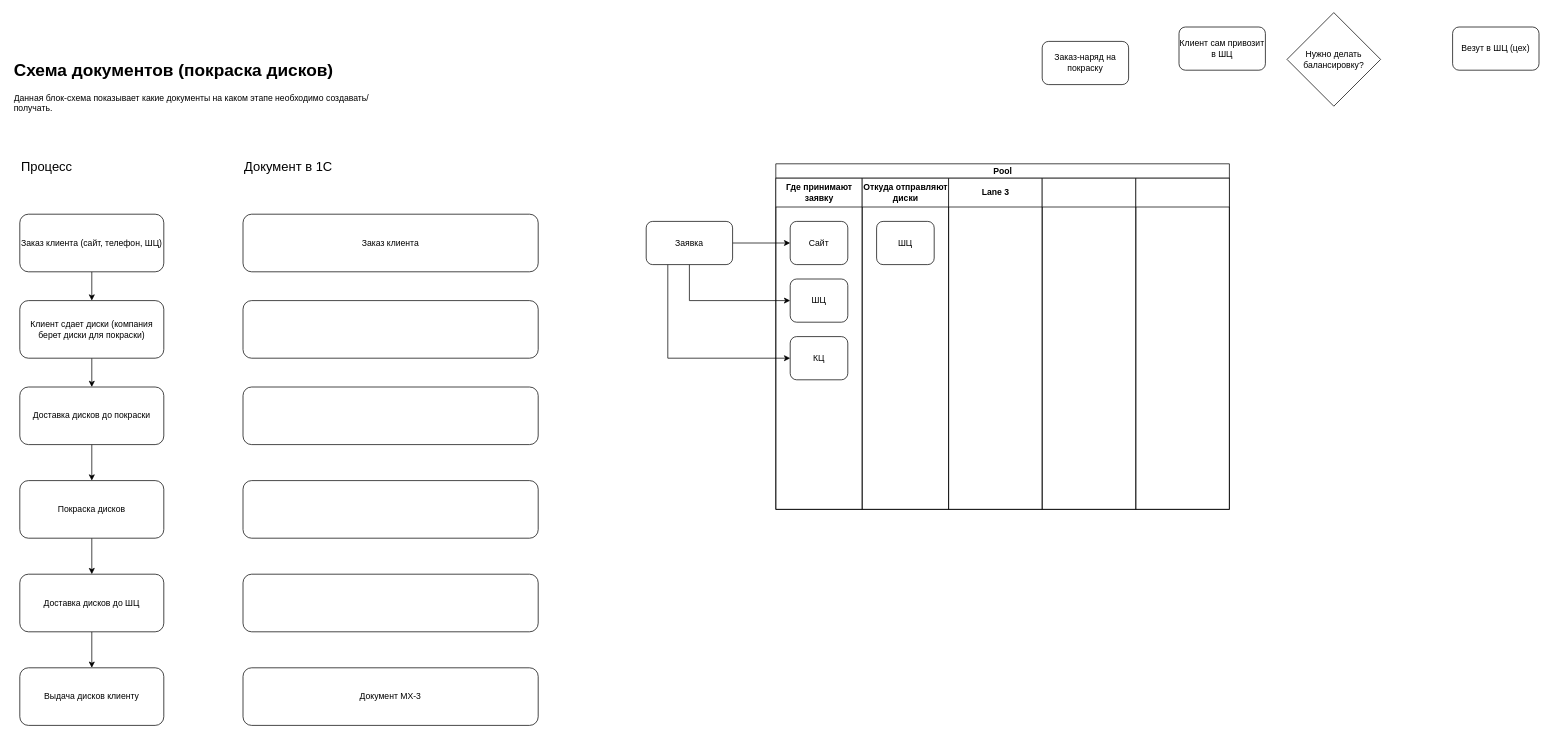
Earlier version of the draw.io diagram Untitled Diagram.drawio (iLimberg/BlackTyres). Source tidied: cells renumbered, new cells numbered last; positions are measured from the earlier drawing's top-left corner, leaving out a move shared by most shapes. Both pictures are drawn from the tidied source at 72%, with x=0, y=0 at pixel (12, 12).
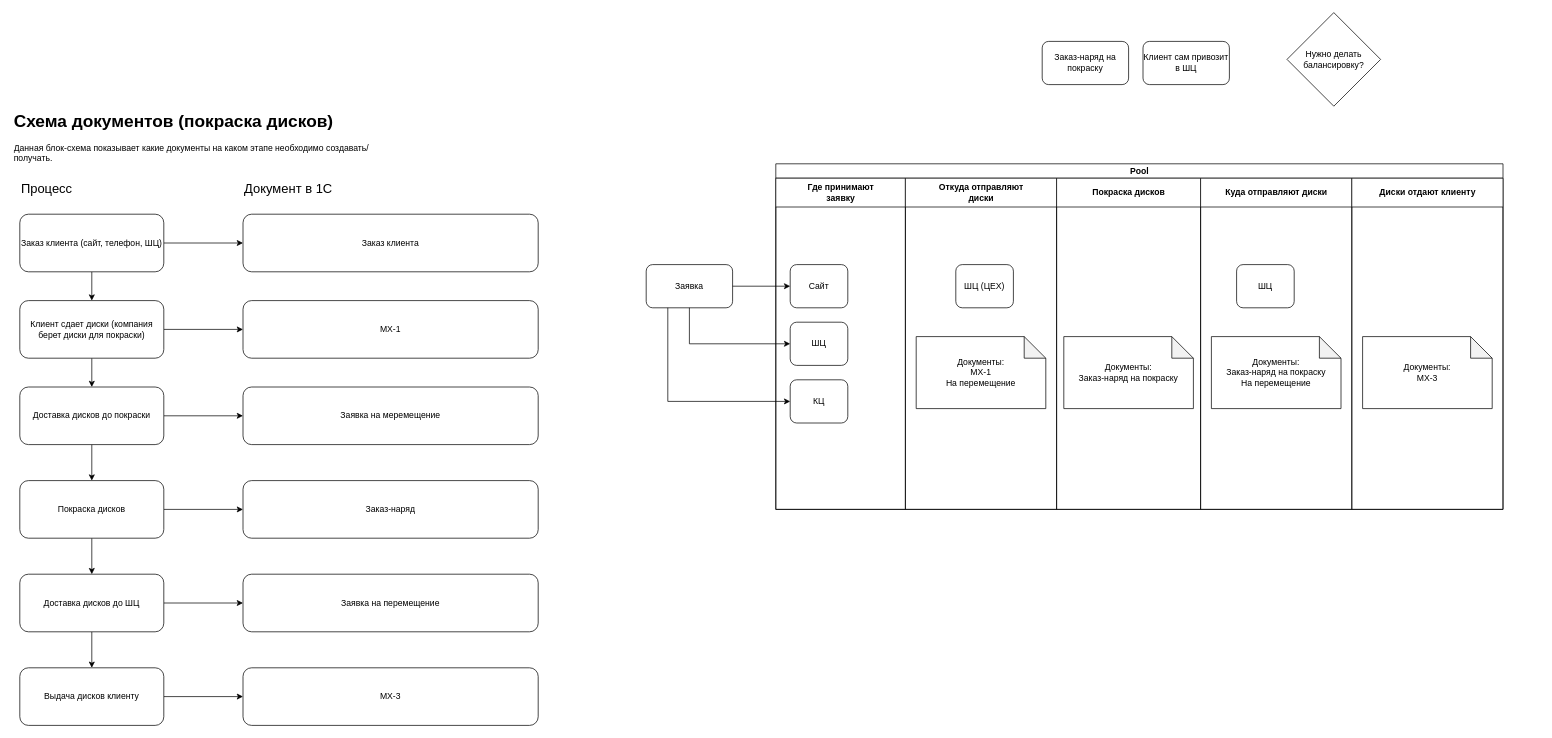
The same page after the edit.

The change refers to these unchanged cells:
```xml
<mxCell id="4" value="Заказ клиента (сайт, телефон, ШЦ)" style="rounded=1;whiteSpace=wrap;html=1;" parent="1" vertex="1">
  <mxGeometry x="10" y="280" width="200" height="80" as="geometry" />
</mxCell>
<mxCell id="6" value="Клиент сдает диски (компания берет диски для покраски)" style="rounded=1;whiteSpace=wrap;html=1;" parent="1" vertex="1">
  <mxGeometry x="10" y="400" width="200" height="80" as="geometry" />
</mxCell>
<mxCell id="8" value="Доставка дисков до покраски" style="rounded=1;whiteSpace=wrap;html=1;" parent="1" vertex="1">
  <mxGeometry x="10" y="520" width="200" height="80" as="geometry" />
</mxCell>
<mxCell id="10" value="Покраска дисков" style="rounded=1;whiteSpace=wrap;html=1;" parent="1" vertex="1">
  <mxGeometry x="10" y="650" width="200" height="80" as="geometry" />
</mxCell>
<mxCell id="12" value="Доставка дисков до ШЦ" style="rounded=1;whiteSpace=wrap;html=1;" parent="1" vertex="1">
  <mxGeometry x="10" y="780" width="200" height="80" as="geometry" />
</mxCell>
<mxCell id="13" value="Выдача дисков клиенту" style="rounded=1;whiteSpace=wrap;html=1;" parent="1" vertex="1">
  <mxGeometry x="10" y="910" width="200" height="80" as="geometry" />
</mxCell>
<mxCell id="14" value="Заказ клиента" style="rounded=1;whiteSpace=wrap;html=1;" parent="1" vertex="1">
  <mxGeometry x="320" y="280" width="410" height="80" as="geometry" />
</mxCell>
```

Diff of the diagram source:
```diff
@@
     <mxCell id="2" value="&lt;h1 style=&quot;margin-top: 0px;&quot;&gt;Схема документов (покраска дисков)&lt;/h1&gt;&lt;p&gt;Данная блок-схема показывает какие документы на каком этапе необходимо создавать/получать.&lt;/p&gt;" style="text;html=1;whiteSpace=wrap;overflow=hidden;rounded=0;" parent="1" vertex="1">
-      <mxGeometry y="60" width="500" height="90" as="geometry" />
+      <mxGeometry y="130" width="500" height="90" as="geometry" />
     </mxCell>
@@
+    <mxCell id="40" style="edgeStyle=orthogonalEdgeStyle;rounded=0;jettySize=auto;html=1;" parent="1" edge="1" source="4" target="14">
+      <mxGeometry relative="1" as="geometry" />
+    </mxCell>
@@
+    <mxCell id="41" style="edgeStyle=orthogonalEdgeStyle;rounded=0;jettySize=auto;html=1;" parent="1" edge="1" source="6" target="15">
+      <mxGeometry relative="1" as="geometry" />
+    </mxCell>
@@
+    <mxCell id="42" style="edgeStyle=orthogonalEdgeStyle;rounded=0;jettySize=auto;html=1;" parent="1" edge="1" source="8" target="16">
+      <mxGeometry relative="1" as="geometry" />
+    </mxCell>
@@
+    <mxCell id="43" style="edgeStyle=orthogonalEdgeStyle;rounded=0;jettySize=auto;html=1;" parent="1" edge="1" source="10" target="17">
+      <mxGeometry relative="1" as="geometry" />
+    </mxCell>
@@
+    <mxCell id="44" style="edgeStyle=orthogonalEdgeStyle;rounded=0;jettySize=auto;html=1;" parent="1" edge="1" source="12" target="18">
+      <mxGeometry relative="1" as="geometry" />
+    </mxCell>
@@
+    <mxCell id="45" style="edgeStyle=orthogonalEdgeStyle;rounded=0;jettySize=auto;html=1;" parent="1" edge="1" source="13" target="19">
+      <mxGeometry relative="1" as="geometry" />
+    </mxCell>
@@
-    <mxCell id="15" style="rounded=1;whiteSpace=wrap;html=1;" parent="1" vertex="1">
+    <mxCell id="15" value="МХ-1" style="rounded=1;whiteSpace=wrap;html=1;" parent="1" vertex="1">
       <mxGeometry x="320" y="400" width="410" height="80" as="geometry" />
     </mxCell>
-    <mxCell id="16" style="rounded=1;whiteSpace=wrap;html=1;" parent="1" vertex="1">
+    <mxCell id="16" value="Заявка на меремещение" style="rounded=1;whiteSpace=wrap;html=1;" parent="1" vertex="1">
       <mxGeometry x="320" y="520" width="410" height="80" as="geometry" />
     </mxCell>
-    <mxCell id="17" style="rounded=1;whiteSpace=wrap;html=1;" parent="1" vertex="1">
+    <mxCell id="17" value="Заказ-наряд" style="rounded=1;whiteSpace=wrap;html=1;" parent="1" vertex="1">
       <mxGeometry x="320" y="650" width="410" height="80" as="geometry" />
     </mxCell>
-    <mxCell id="18" style="rounded=1;whiteSpace=wrap;html=1;" parent="1" vertex="1">
+    <mxCell id="18" value="Заявка на перемещение" style="rounded=1;whiteSpace=wrap;html=1;" parent="1" vertex="1">
       <mxGeometry x="320" y="780" width="410" height="80" as="geometry" />
     </mxCell>
-    <mxCell id="19" value="Документ МХ-3" style="rounded=1;whiteSpace=wrap;html=1;" parent="1" vertex="1">
+    <mxCell id="19" value="МХ-3" style="rounded=1;whiteSpace=wrap;html=1;" parent="1" vertex="1">
       <mxGeometry x="320" y="910" width="410" height="80" as="geometry" />
     </mxCell>
     <mxCell id="20" value="Процесс" style="text;html=1;align=left;verticalAlign=middle;whiteSpace=wrap;rounded=0;fontSize=18;" parent="1" vertex="1">
-      <mxGeometry x="10" y="190" width="200" height="50" as="geometry" />
+      <mxGeometry x="10" y="220" width="200" height="50" as="geometry" />
     </mxCell>
     <mxCell id="21" value="Документ в 1С" style="text;html=1;align=left;verticalAlign=middle;whiteSpace=wrap;rounded=0;fontSize=18;" parent="1" vertex="1">
-      <mxGeometry x="320" y="190" width="200" height="50" as="geometry" />
+      <mxGeometry x="320" y="220" width="200" height="50" as="geometry" />
     </mxCell>
-    <mxCell id="22" style="edgeStyle=orthogonalEdgeStyle;rounded=0;jettySize=auto;html=1;" parent="1" edge="1" source="25" target="31">
-      <mxGeometry relative="1" as="geometry" />
-    </mxCell>
-    <mxCell id="23" style="edgeStyle=orthogonalEdgeStyle;rounded=0;jettySize=auto;html=1;exitX=0.5;exitY=1;exitDx=0;exitDy=0;entryX=0;entryY=0.5;entryDx=0;entryDy=0;" parent="1" edge="1" source="25" target="32">
-      <mxGeometry relative="1" as="geometry" />
-    </mxCell>
-    <mxCell id="24" style="edgeStyle=orthogonalEdgeStyle;rounded=0;jettySize=auto;html=1;exitX=0.25;exitY=1;exitDx=0;exitDy=0;entryX=0;entryY=0.5;entryDx=0;entryDy=0;" parent="1" edge="1" source="25" target="33">
-      <mxGeometry relative="1" as="geometry" />
-    </mxCell>
-    <mxCell id="25" value="Заявка" style="rounded=1;whiteSpace=wrap;html=1;" parent="1" vertex="1">
-      <mxGeometry x="880" y="290" width="120" height="60" as="geometry" />
-    </mxCell>
-    <mxCell id="26" value="Везут в ШЦ (цех)" style="rounded=1;whiteSpace=wrap;html=1;" parent="1" vertex="1">
-      <mxGeometry x="2000" y="20" width="120" height="60" as="geometry" />
-    </mxCell>
@@
     <mxCell id="28" value="Клиент сам привозит в ШЦ" style="rounded=1;whiteSpace=wrap;html=1;" parent="1" vertex="1">
-      <mxGeometry x="1620" y="20" width="120" height="60" as="geometry" />
+      <mxGeometry x="1570" y="40" width="120" height="60" as="geometry" />
     </mxCell>
     <mxCell id="29" value="Pool" style="swimlane;startSize=20;html=1;" parent="1" vertex="1">
-      <mxGeometry x="1060" y="210" width="630" height="480" as="geometry" />
+      <mxGeometry x="1060" y="210" width="1010" height="480" as="geometry" />
     </mxCell>
     <mxCell id="30" value="Где принимают&lt;div&gt;заявку&lt;/div&gt;" style="swimlane;startSize=40;html=1;" parent="29" vertex="1">
-      <mxGeometry y="20" width="120" height="460" as="geometry" />
+      <mxGeometry y="20" width="180" height="460" as="geometry" />
     </mxCell>
+    <mxCell id="25" value="Заявка" style="rounded=1;whiteSpace=wrap;html=1;" parent="30" vertex="1">
+      <mxGeometry x="-180" y="120" width="120" height="60" as="geometry" />
+    </mxCell>
+    <mxCell id="22" style="edgeStyle=orthogonalEdgeStyle;rounded=0;jettySize=auto;html=1;" parent="30" edge="1" source="25" target="31">
+      <mxGeometry relative="1" as="geometry" />
+    </mxCell>
     <mxCell id="31" value="Сайт" style="rounded=1;whiteSpace=wrap;html=1;" parent="30" vertex="1">
-      <mxGeometry x="20" y="60" width="80" height="60" as="geometry" />
+      <mxGeometry x="20" y="120" width="80" height="60" as="geometry" />
     </mxCell>
+    <mxCell id="23" style="edgeStyle=orthogonalEdgeStyle;rounded=0;jettySize=auto;html=1;exitX=0.5;exitY=1;exitDx=0;exitDy=0;entryX=0;entryY=0.5;entryDx=0;entryDy=0;" parent="30" edge="1" source="25" target="32">
+      <mxGeometry relative="1" as="geometry" />
+    </mxCell>
     <mxCell id="32" value="ШЦ" style="rounded=1;whiteSpace=wrap;html=1;" parent="30" vertex="1">
-      <mxGeometry x="20" y="140" width="80" height="60" as="geometry" />
+      <mxGeometry x="20" y="200" width="80" height="60" as="geometry" />
     </mxCell>
+    <mxCell id="24" style="edgeStyle=orthogonalEdgeStyle;rounded=0;jettySize=auto;html=1;exitX=0.25;exitY=1;exitDx=0;exitDy=0;entryX=0;entryY=0.5;entryDx=0;entryDy=0;" parent="30" edge="1" source="25" target="33">
+      <mxGeometry relative="1" as="geometry" />
+    </mxCell>
     <mxCell id="33" value="КЦ" style="rounded=1;whiteSpace=wrap;html=1;" parent="30" vertex="1">
-      <mxGeometry x="20" y="220" width="80" height="60" as="geometry" />
+      <mxGeometry x="20" y="280" width="80" height="60" as="geometry" />
     </mxCell>
     <mxCell id="34" value="Откуда отправляют&lt;div&gt;диски&lt;/div&gt;" style="swimlane;startSize=40;html=1;" parent="29" vertex="1">
-      <mxGeometry x="120" y="20" width="120" height="460" as="geometry" />
+      <mxGeometry x="180" y="20" width="210" height="460" as="geometry" />
     </mxCell>
-    <mxCell id="35" value="ШЦ" style="rounded=1;whiteSpace=wrap;html=1;" parent="34" vertex="1">
-      <mxGeometry x="20" y="60" width="80" height="60" as="geometry" />
+    <mxCell id="35" value="ШЦ (ЦЕХ)" style="rounded=1;whiteSpace=wrap;html=1;" parent="34" vertex="1">
+      <mxGeometry x="70" y="120" width="80" height="60" as="geometry" />
     </mxCell>
+    <mxCell id="46" value="Документы:&lt;div&gt;МХ-1&lt;/div&gt;&lt;div&gt;На перемещение&lt;/div&gt;" style="shape=note;whiteSpace=wrap;html=1;backgroundOutline=1;darkOpacity=0.05;" parent="34" vertex="1">
+      <mxGeometry x="15" y="220" width="180" height="100" as="geometry" />
+    </mxCell>
-    <mxCell id="36" value="Lane 3" style="swimlane;startSize=40;html=1;" parent="29" vertex="1">
-      <mxGeometry x="240" y="20" width="130" height="460" as="geometry" />
+    <mxCell id="36" value="Покраска дисков" style="swimlane;startSize=40;html=1;" parent="29" vertex="1">
+      <mxGeometry x="390" y="20" width="200" height="460" as="geometry" />
     </mxCell>
+    <mxCell id="47" value="Документы:&lt;div&gt;Заказ-наряд на покраску&lt;/div&gt;" style="shape=note;whiteSpace=wrap;html=1;backgroundOutline=1;darkOpacity=0.05;" parent="36" vertex="1">
+      <mxGeometry x="10" y="220" width="180" height="100" as="geometry" />
+    </mxCell>
-    <mxCell id="37" style="swimlane;startSize=40;html=1;" parent="29" vertex="1">
-      <mxGeometry x="370" y="20" width="130" height="460" as="geometry" />
+    <mxCell id="37" value="Куда отправляют диски" style="swimlane;startSize=40;html=1;" parent="29" vertex="1">
+      <mxGeometry x="590" y="20" width="210" height="460" as="geometry" />
     </mxCell>
+    <mxCell id="48" value="ШЦ" style="rounded=1;whiteSpace=wrap;html=1;" parent="37" vertex="1">
+      <mxGeometry x="50" y="120" width="80" height="60" as="geometry" />
+    </mxCell>
+    <mxCell id="49" value="Документы:&lt;div&gt;Заказ-наряд на покраску&lt;br&gt;&lt;div&gt;На перемещение&lt;br&gt;&lt;/div&gt;&lt;/div&gt;" style="shape=note;whiteSpace=wrap;html=1;backgroundOutline=1;darkOpacity=0.05;" parent="37" vertex="1">
+      <mxGeometry x="15" y="220" width="180" height="100" as="geometry" />
+    </mxCell>
-    <mxCell id="38" style="swimlane;startSize=40;html=1;" parent="29" vertex="1">
-      <mxGeometry x="500" y="20" width="130" height="460" as="geometry" />
+    <mxCell id="38" value="Диски отдают клиенту" style="swimlane;startSize=40;html=1;" parent="29" vertex="1">
+      <mxGeometry x="800" y="20" width="210" height="460" as="geometry" />
     </mxCell>
+    <mxCell id="50" value="Документы:&lt;div&gt;МХ-3&lt;/div&gt;" style="shape=note;whiteSpace=wrap;html=1;backgroundOutline=1;darkOpacity=0.05;" parent="38" vertex="1">
+      <mxGeometry x="15" y="220" width="180" height="100" as="geometry" />
+    </mxCell>
```
